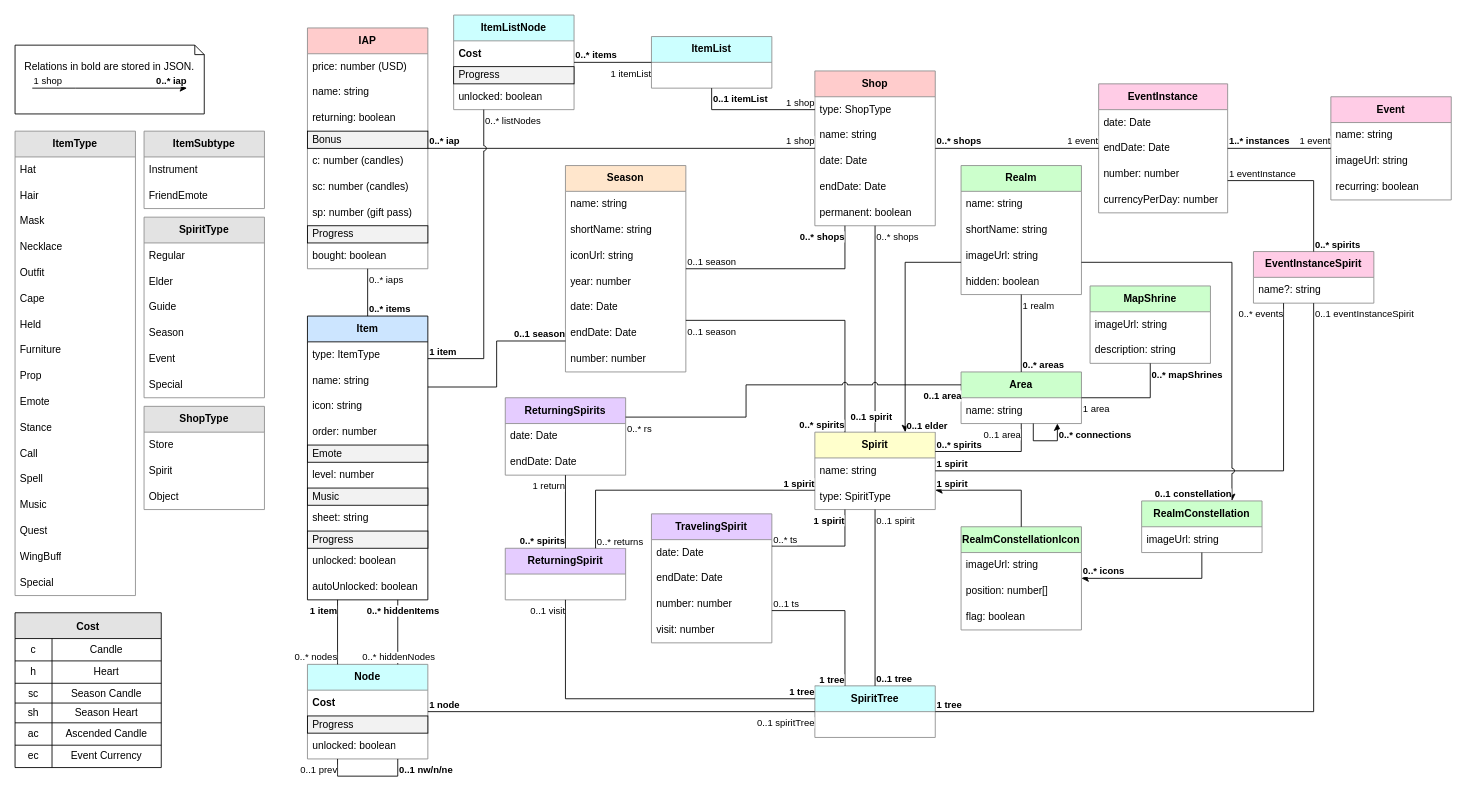
Earlier version of the draw.io diagram diagrams/SkyPlannerData.drawio (Silverfeelin/SkyGame-Planner). Source tidied: cells renumbered, new cells numbered last; positions are measured from the earlier drawing's top-left corner, leaving out a move shared by most shapes. Both pictures are drawn from the tidied source at 86%, with x=0, y=0 at pixel (15, 15).
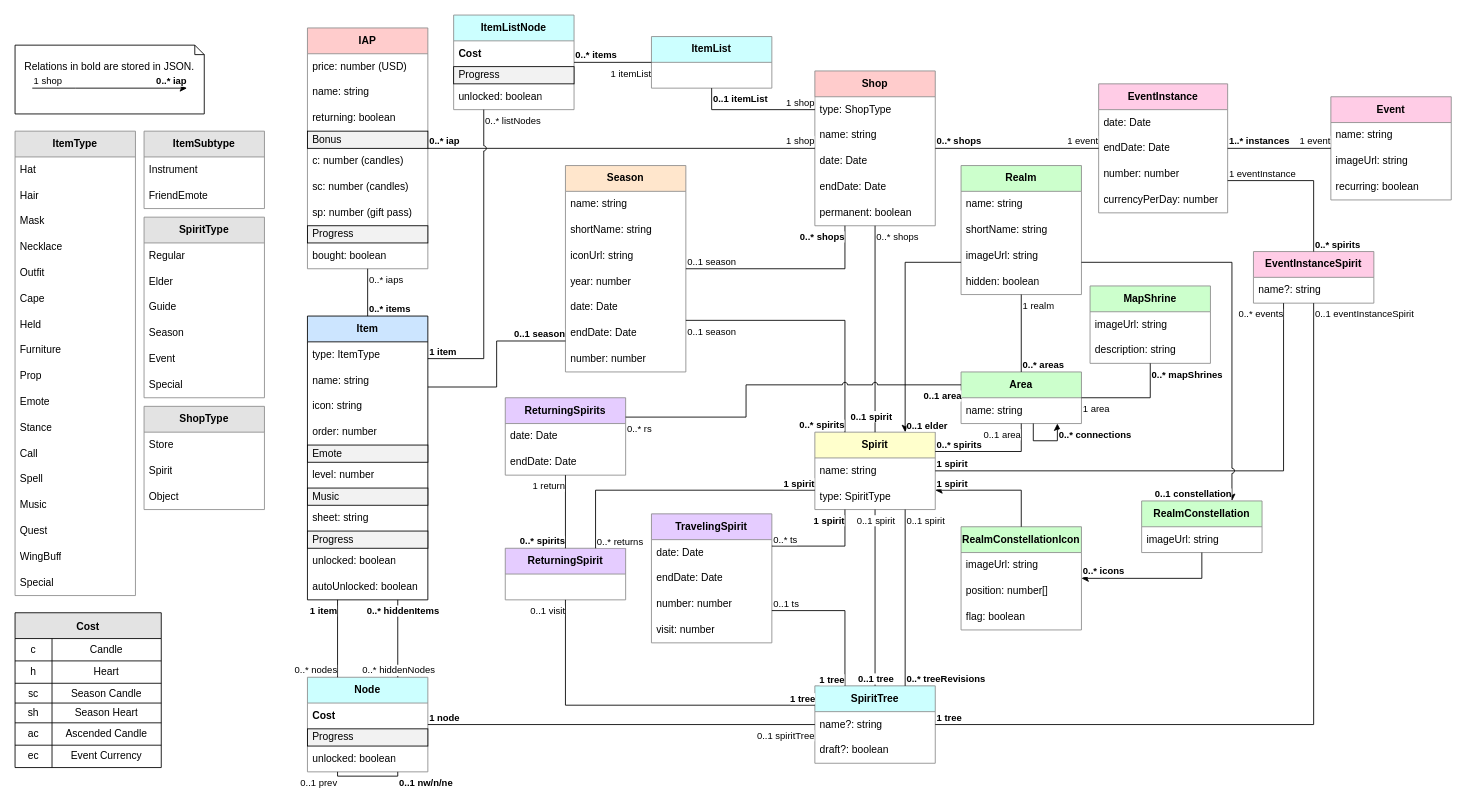
Above is the later version.

Unchanged cells that the change refers to:
```xml
<mxCell id="76" value="Spirit" style="swimlane;fontStyle=1;horizontal=1;startSize=30;whiteSpace=wrap;html=1;fillStyle=auto;strokeColor=#8C8C8C;fillColor=#FFFFCC;" parent="1" vertex="1">
  <mxGeometry x="930" y="485" width="140" height="90" as="geometry" />
</mxCell>
<mxCell id="153" style="endArrow=none;html=1;rounded=0;edgeStyle=orthogonalEdgeStyle;elbow=vertical;endFill=0;" parent="1" edge="1" source="75" target="76">
  <mxGeometry relative="1" as="geometry" />
</mxCell>
```

What changed in the source:
```diff
@@
     <mxCell id="32" value="Node" style="swimlane;fontStyle=1;horizontal=1;startSize=30;whiteSpace=wrap;html=1;fillStyle=auto;strokeColor=#8C8C8C;fillColor=#CCFFFF;" parent="1" vertex="1">
-      <mxGeometry x="340" y="755" width="140" height="110" as="geometry" />
+      <mxGeometry x="340" y="770" width="140" height="110" as="geometry" />
     </mxCell>
@@
     <mxCell id="75" value="SpiritTree" style="swimlane;fontStyle=1;horizontal=1;startSize=30;whiteSpace=wrap;html=1;fillStyle=auto;strokeColor=#8C8C8C;fillColor=#CCFFFF;" parent="1" vertex="1">
-      <mxGeometry x="930" y="780" width="140" height="60" as="geometry" />
+      <mxGeometry x="930" y="780" width="140" height="90" as="geometry" />
     </mxCell>
+    <mxCell id="276" value="name?: string" style="text;strokeColor=none;fillColor=none;align=left;verticalAlign=middle;spacingLeft=4;spacingRight=4;overflow=hidden;whiteSpace=wrap;html=1;fillStyle=auto;" parent="75" vertex="1">
+      <mxGeometry y="30" width="140" height="30" as="geometry" />
+    </mxCell>
+    <mxCell id="277" value="draft?: boolean" style="text;strokeColor=none;fillColor=none;align=left;verticalAlign=middle;spacingLeft=4;spacingRight=4;overflow=hidden;whiteSpace=wrap;html=1;fillStyle=auto;" parent="75" vertex="1">
+      <mxGeometry y="60" width="140" height="30" as="geometry" />
+    </mxCell>
@@
-    <mxCell id="155" value="0..1 tree" style="edgeLabel;html=1;align=left;verticalAlign=bottom;fillStyle=auto;strokeColor=#8C8C8C;fillColor=#E3E3E3;fontStyle=1;" parent="153" vertex="1">
+    <mxCell id="155" value="0..1 tree" style="edgeLabel;html=1;align=center;verticalAlign=bottom;fillStyle=auto;strokeColor=#8C8C8C;fillColor=#E3E3E3;fontStyle=1;" parent="153" vertex="1">
       <mxGeometry x="-1" relative="1" as="geometry" />
     </mxCell>
-    <mxCell id="156" value="0..1 spirit" style="edgeLabel;html=1;align=left;verticalAlign=top;fillStyle=auto;strokeColor=#8C8C8C;fillColor=#E3E3E3;fontStyle=0;" parent="153" vertex="1">
+    <mxCell id="156" value="0..1 spirit" style="edgeLabel;html=1;align=center;verticalAlign=top;fillStyle=auto;strokeColor=#8C8C8C;fillColor=#E3E3E3;fontStyle=0;" parent="153" vertex="1">
       <mxGeometry x="1" relative="1" as="geometry" />
     </mxCell>
@@
+    <mxCell id="278" style="endArrow=none;html=1;rounded=0;edgeStyle=orthogonalEdgeStyle;elbow=vertical;endFill=0;entryX=0.75;entryY=1;entryDx=0;entryDy=0;exitX=0.75;exitY=0;exitDx=0;exitDy=0;" parent="1" edge="1" source="75" target="76">
+      <mxGeometry relative="1" as="geometry" />
+    </mxCell>
+    <mxCell id="279" value="&lt;br&gt;" style="edgeLabel;html=1;align=center;verticalAlign=middle;fillStyle=auto;strokeColor=#8C8C8C;fillColor=#E3E3E3;" parent="278" vertex="1">
+      <mxGeometry relative="1" as="geometry" />
+    </mxCell>
+    <mxCell id="280" value="0..* treeRevisions" style="edgeLabel;html=1;align=left;verticalAlign=bottom;fillStyle=auto;strokeColor=#8C8C8C;fillColor=#E3E3E3;fontStyle=1;" parent="278" vertex="1">
+      <mxGeometry x="-1" relative="1" as="geometry" />
+    </mxCell>
+    <mxCell id="281" value="0..1 spirit" style="edgeLabel;html=1;align=left;verticalAlign=top;fillStyle=auto;strokeColor=#8C8C8C;fillColor=#E3E3E3;fontStyle=0;" parent="278" vertex="1">
+      <mxGeometry x="1" relative="1" as="geometry" />
+    </mxCell>
```
